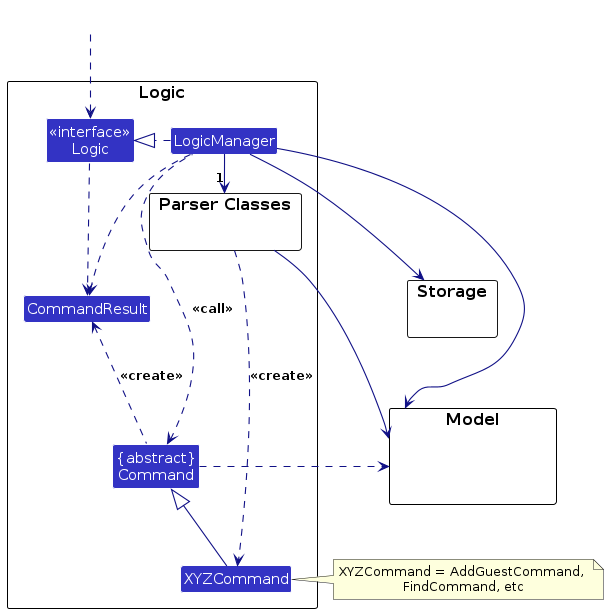
This is diagrams/LogicClassDiagram.png from AY2425S1-CS2103T-F09-3/tp, a PlantUML export, as it was before one commit. Its source is kept beside it as diagrams/LogicClassDiagram.puml.
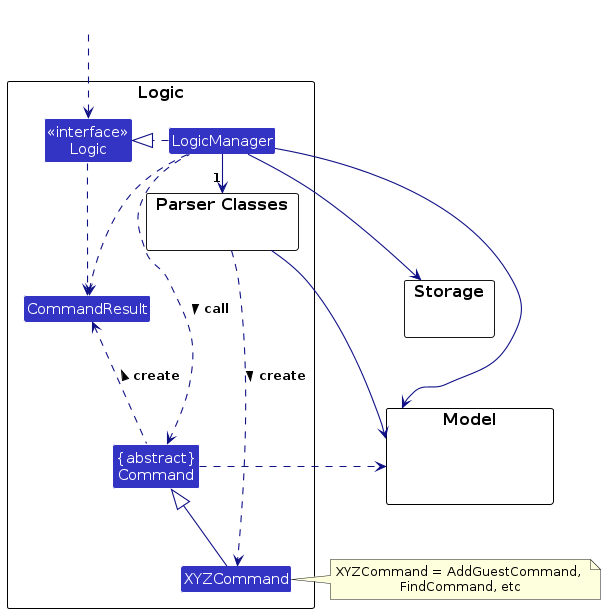
After the change.

What changed in the source:
```diff
@@ -29,10 +29,10 @@
 
 LogicManager .right.|> Logic
 LogicManager -right->"1" ParserClasses
-ParserClasses ..> XYZCommand : <<create>>
+ParserClasses ..> XYZCommand : create >
 
 XYZCommand -up-|> Command
-LogicManager .left.> Command : <<call>>
+LogicManager .left.> Command : call >
 
 
 LogicManager --> Model
@@ -46,5 +46,5 @@
 
 Logic ..> CommandResult
 LogicManager .down.> CommandResult
-Command .up.> CommandResult : <<create>>
+Command .up.> CommandResult : create >
 @enduml
```
